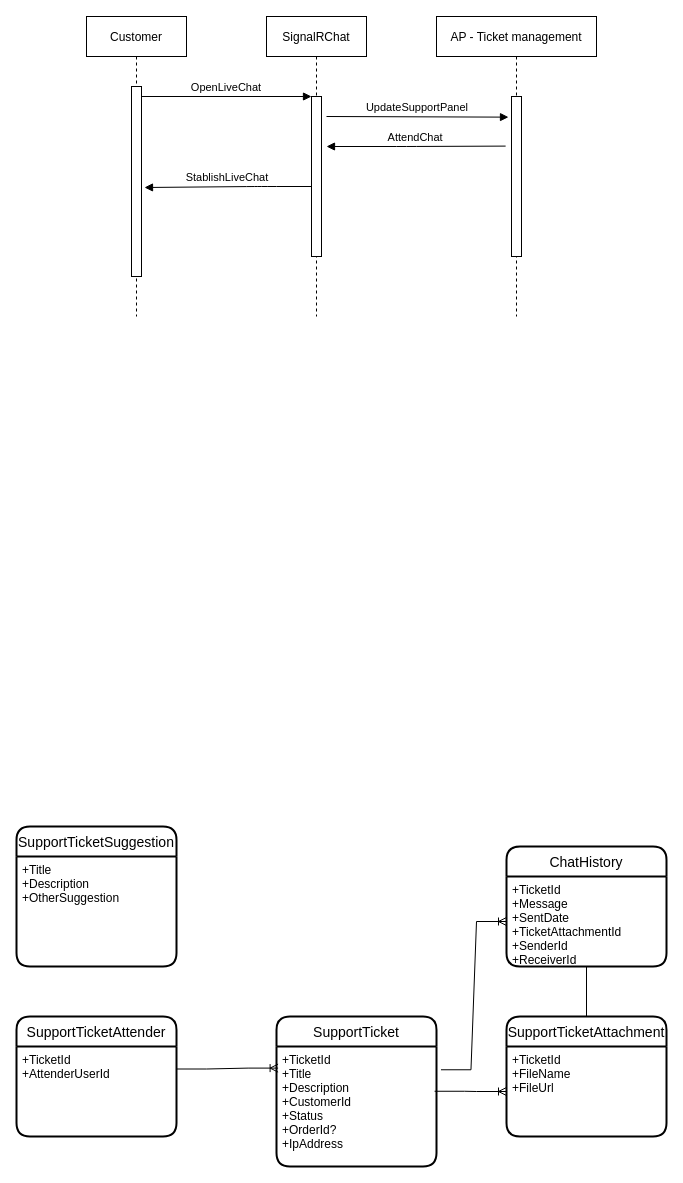
The draw.io diagram CX/Untitled Diagram.drawio in breakpoint-software/diagrams, before the edit. Source tidied: cells renumbered, new cells numbered last; positions are measured from the earlier drawing's top-left corner, leaving out a move shared by most shapes. Both pictures are drawn from the tidied source at 100%, with x=0, y=0 at pixel (16, 16).
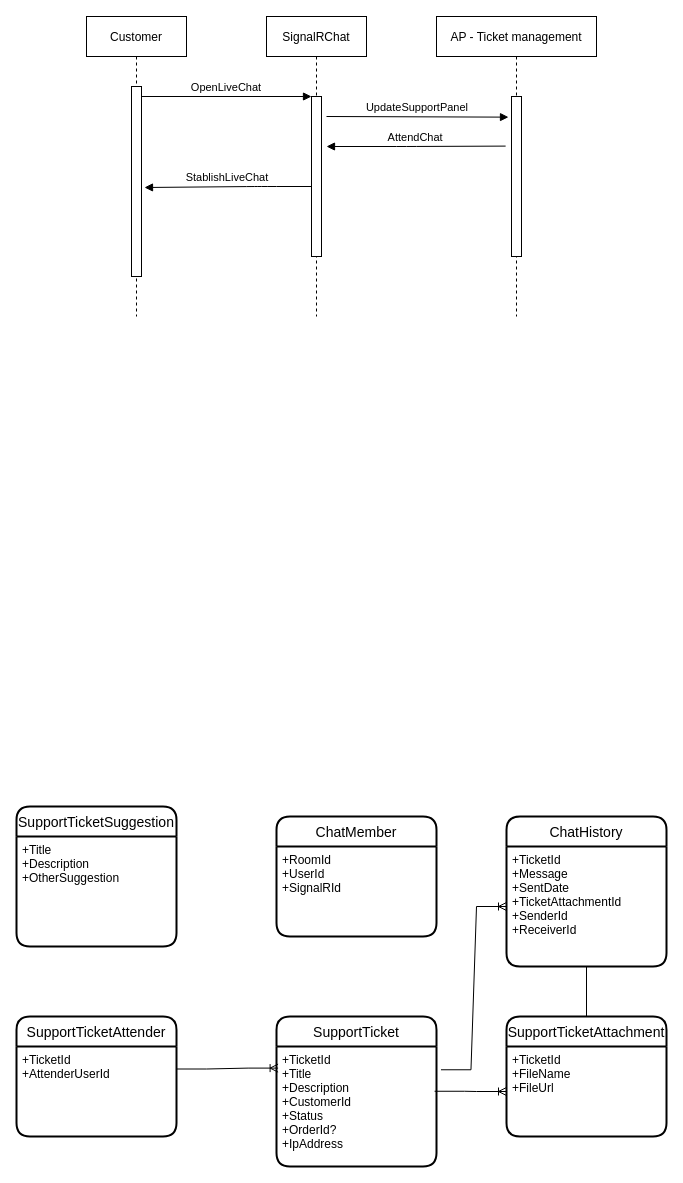
Above is the later version.

Diff of the diagram source:
```diff
@@
     <mxCell id="12" value="ChatHistory" style="swimlane;horizontal=1;startSize=30;rounded=1;fontSize=14;fontStyle=0;strokeWidth=2;shadow=0;dashed=0;align=center;" parent="1" vertex="1">
-      <mxGeometry x="490" y="830" width="160" height="120" as="geometry" />
+      <mxGeometry x="490" y="800" width="160" height="150" as="geometry" />
     </mxCell>
     <mxCell id="13" value="+TicketId&#10;+Message&#10;+SentDate&#10;+TicketAttachmentId&#10;+SenderId&#10;+ReceiverId" style="align=left;strokeColor=none;fillColor=none;spacingLeft=4;fontSize=12;verticalAlign=top;" parent="12" vertex="1">
-      <mxGeometry y="30" width="160" height="90" as="geometry" />
+      <mxGeometry y="30" width="160" height="120" as="geometry" />
     </mxCell>
@@
     <mxCell id="17" value="SupportTicketSuggestion" style="swimlane;horizontal=1;startSize=30;rounded=1;fontSize=14;fontStyle=0;strokeWidth=2;shadow=0;dashed=0;align=center;" parent="1" vertex="1">
-      <mxGeometry y="810" width="160" height="140" as="geometry" />
+      <mxGeometry y="790" width="160" height="140" as="geometry" />
     </mxCell>
@@
+    <mxCell id="26" value="ChatMember" style="swimlane;horizontal=1;startSize=30;rounded=1;fontSize=14;fontStyle=0;strokeWidth=2;shadow=0;dashed=0;align=center;" parent="1" vertex="1">
+      <mxGeometry x="260" y="800" width="160" height="120" as="geometry" />
+    </mxCell>
+    <mxCell id="27" value="+RoomId&#10;+UserId&#10;+SignalRId" style="align=left;strokeColor=none;fillColor=none;spacingLeft=4;fontSize=12;verticalAlign=top;" parent="26" vertex="1">
+      <mxGeometry y="30" width="160" height="90" as="geometry" />
+    </mxCell>
```
